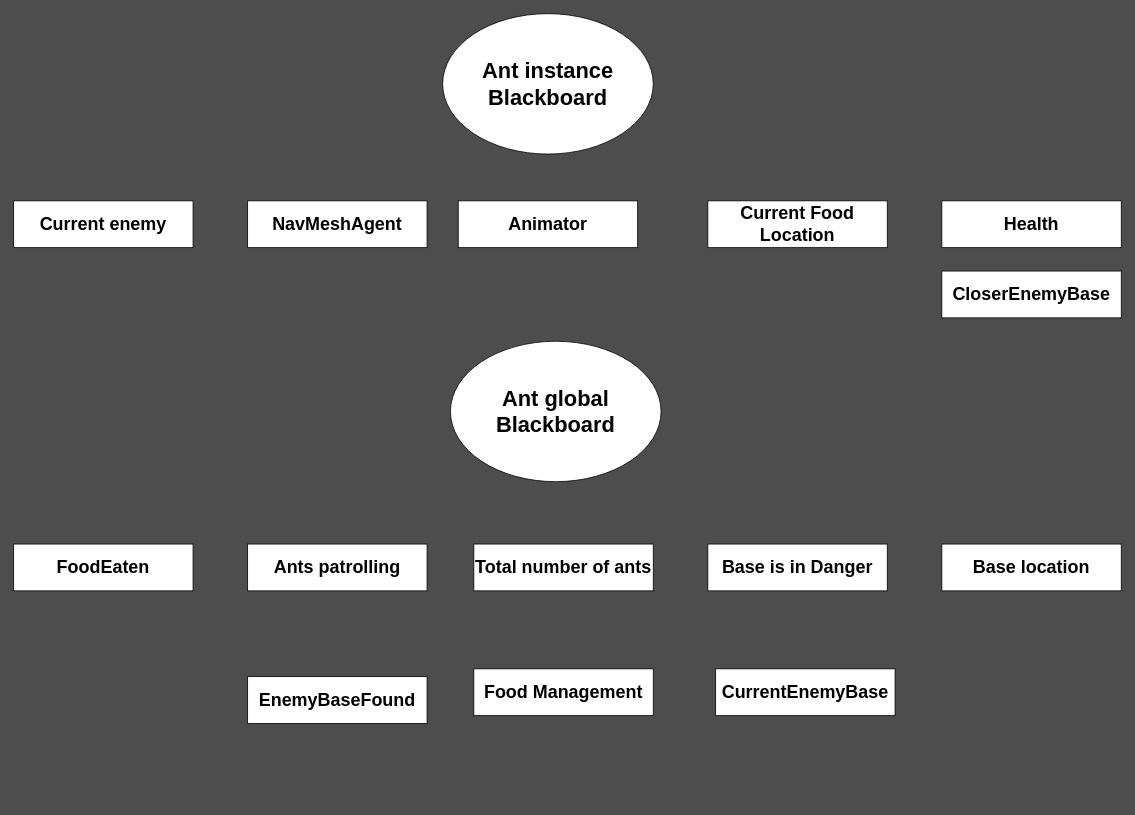
Earlier version of the draw.io diagram page "Blackboard" (5 of 5) of Design/Ant.drawio (arturo101199/GardenBattle). Source tidied: cells renumbered, new cells numbered last; positions are measured from the earlier drawing's top-left corner, leaving out a move shared by most shapes. Both pictures are drawn from the tidied source at 78%, with x=0, y=0 at pixel (13, 13).
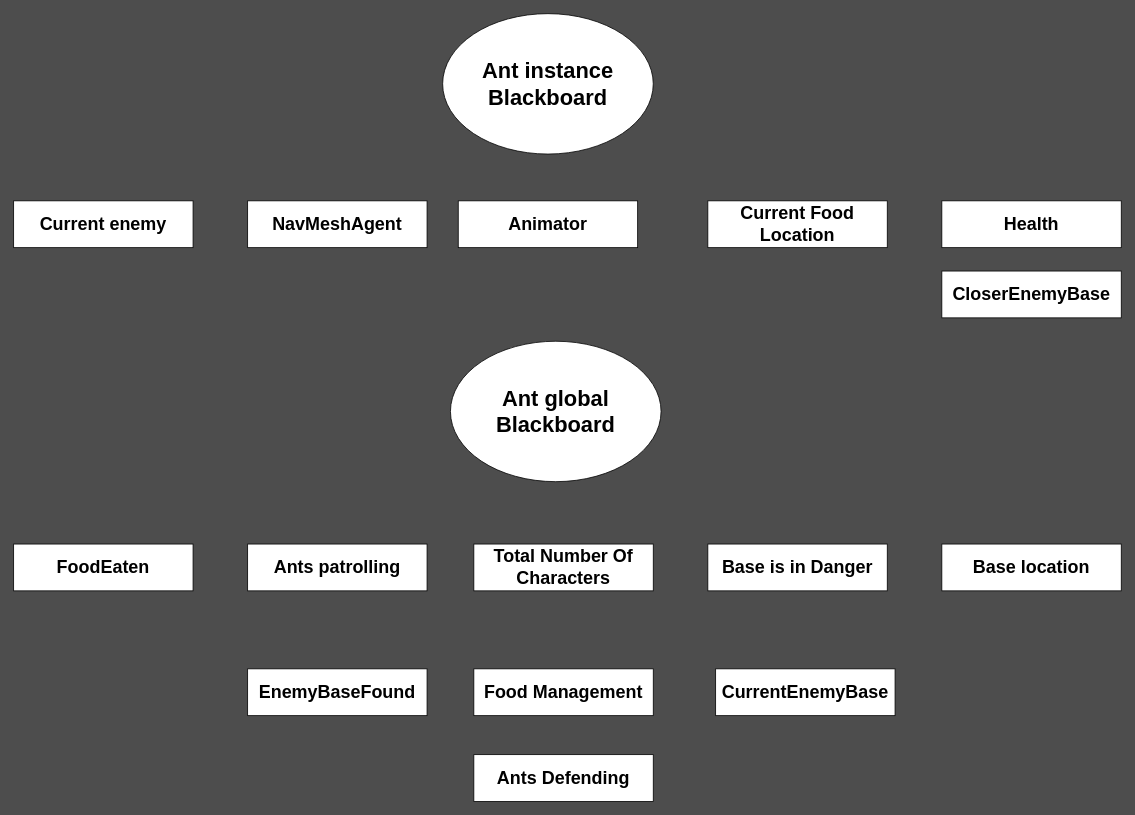
The same page after the edit.

What changed in the source:
```diff
@@
 <mxGraphModel background="#4D4D4D">
   <root>
     <mxCell id="0" />
     <mxCell id="1" parent="0" />
     <mxCell id="2" value="&lt;font style=&quot;font-size: 28px&quot;&gt;&lt;b&gt;Ant instance Blackboard&lt;/b&gt;&lt;/font&gt;" style="ellipse;whiteSpace=wrap;html=1;" parent="1" vertex="1">
       <mxGeometry x="550" width="270" height="180" as="geometry" />
     </mxCell>
     <mxCell id="3" value="&lt;font style=&quot;font-size: 23px&quot;&gt;&lt;b&gt;FoodEaten&lt;/b&gt;&lt;/font&gt;" style="rounded=0;whiteSpace=wrap;html=1;" parent="1" vertex="1">
       <mxGeometry y="680" width="230" height="60" as="geometry" />
     </mxCell>
     <mxCell id="4" value="&lt;font style=&quot;font-size: 23px&quot;&gt;&lt;b&gt;Animator&lt;/b&gt;&lt;/font&gt;" style="rounded=0;whiteSpace=wrap;html=1;" parent="1" vertex="1">
       <mxGeometry x="570" y="240" width="230" height="60" as="geometry" />
     </mxCell>
     <mxCell id="5" value="&lt;font style=&quot;font-size: 23px&quot;&gt;&lt;b&gt;Current Food Location&lt;br&gt;&lt;/b&gt;&lt;/font&gt;" style="rounded=0;whiteSpace=wrap;html=1;" parent="1" vertex="1">
       <mxGeometry x="890" y="240" width="230" height="60" as="geometry" />
     </mxCell>
     <mxCell id="6" value="&lt;font style=&quot;font-size: 23px&quot;&gt;&lt;b&gt;Base location&lt;br&gt;&lt;/b&gt;&lt;/font&gt;" style="rounded=0;whiteSpace=wrap;html=1;" parent="1" vertex="1">
       <mxGeometry x="1190" y="680" width="230" height="60" as="geometry" />
     </mxCell>
     <mxCell id="7" value="&lt;font style=&quot;font-size: 23px&quot;&gt;&lt;b&gt;Current enemy&lt;/b&gt;&lt;/font&gt;" style="rounded=0;whiteSpace=wrap;html=1;" parent="1" vertex="1">
       <mxGeometry y="240" width="230" height="60" as="geometry" />
     </mxCell>
-    <mxCell id="8" value="&lt;span style=&quot;font-size: 23px&quot;&gt;&lt;b&gt;Total number of ants&lt;/b&gt;&lt;/span&gt;" style="rounded=0;whiteSpace=wrap;html=1;" parent="1" vertex="1">
+    <mxCell id="8" value="&lt;span style=&quot;font-size: 23px&quot;&gt;&lt;b&gt;Total Number Of Characters&lt;/b&gt;&lt;/span&gt;" style="rounded=0;whiteSpace=wrap;html=1;" parent="1" vertex="1">
       <mxGeometry x="590" y="680" width="230" height="60" as="geometry" />
     </mxCell>
     <mxCell id="9" value="&lt;span style=&quot;font-size: 23px&quot;&gt;&lt;b&gt;Ants patrolling&lt;/b&gt;&lt;/span&gt;" style="rounded=0;whiteSpace=wrap;html=1;" parent="1" vertex="1">
       <mxGeometry x="300" y="680" width="230" height="60" as="geometry" />
     </mxCell>
     <mxCell id="10" value="&lt;span style=&quot;font-size: 23px&quot;&gt;&lt;b&gt;Base is in Danger&lt;/b&gt;&lt;/span&gt;" style="rounded=0;whiteSpace=wrap;html=1;" parent="1" vertex="1">
       <mxGeometry x="890" y="680" width="230" height="60" as="geometry" />
     </mxCell>
     <mxCell id="11" value="&lt;span style=&quot;font-size: 23px&quot;&gt;&lt;b&gt;Health&lt;/b&gt;&lt;/span&gt;" style="rounded=0;whiteSpace=wrap;html=1;" parent="1" vertex="1">
       <mxGeometry x="1190" y="240" width="230" height="60" as="geometry" />
     </mxCell>
     <mxCell id="12" value="&lt;font style=&quot;font-size: 28px&quot;&gt;&lt;b&gt;Ant global Blackboard&lt;/b&gt;&lt;/font&gt;" style="ellipse;whiteSpace=wrap;html=1;" parent="1" vertex="1">
       <mxGeometry x="560" y="420" width="270" height="180" as="geometry" />
     </mxCell>
     <mxCell id="13" value="&lt;span style=&quot;font-size: 23px&quot;&gt;&lt;b&gt;Food Management&lt;br&gt;&lt;/b&gt;&lt;/span&gt;" style="rounded=0;whiteSpace=wrap;html=1;" parent="1" vertex="1">
       <mxGeometry x="590" y="840" width="230" height="60" as="geometry" />
     </mxCell>
     <mxCell id="14" value="&lt;font style=&quot;font-size: 23px&quot;&gt;&lt;b&gt;NavMeshAgent&lt;br&gt;&lt;/b&gt;&lt;/font&gt;" style="rounded=0;whiteSpace=wrap;html=1;" parent="1" vertex="1">
       <mxGeometry x="300" y="240" width="230" height="60" as="geometry" />
     </mxCell>
     <mxCell id="15" value="&lt;span style=&quot;font-size: 23px&quot;&gt;&lt;b&gt;CurrentEnemyBase&lt;/b&gt;&lt;/span&gt;" style="rounded=0;whiteSpace=wrap;html=1;" parent="1" vertex="1">
       <mxGeometry x="900" y="840" width="230" height="60" as="geometry" />
     </mxCell>
     <mxCell id="16" value="&lt;span style=&quot;font-size: 23px&quot;&gt;&lt;b&gt;CloserEnemyBase&lt;/b&gt;&lt;/span&gt;" style="rounded=0;whiteSpace=wrap;html=1;" parent="1" vertex="1">
       <mxGeometry x="1190" y="330" width="230" height="60" as="geometry" />
     </mxCell>
     <mxCell id="17" value="&lt;span style=&quot;font-size: 23px&quot;&gt;&lt;b&gt;EnemyBaseFound&lt;br&gt;&lt;/b&gt;&lt;/span&gt;" style="rounded=0;whiteSpace=wrap;html=1;" parent="1" vertex="1">
-      <mxGeometry x="300" y="850" width="230" height="60" as="geometry" />
+      <mxGeometry x="300" y="840" width="230" height="60" as="geometry" />
     </mxCell>
+    <mxCell id="18" value="&lt;span style=&quot;font-size: 23px&quot;&gt;&lt;b&gt;Ants Defending&lt;br&gt;&lt;/b&gt;&lt;/span&gt;" style="rounded=0;whiteSpace=wrap;html=1;" parent="1" vertex="1">
+      <mxGeometry x="590" y="950" width="230" height="60" as="geometry" />
+    </mxCell>
   </root>
 </mxGraphModel>
```
